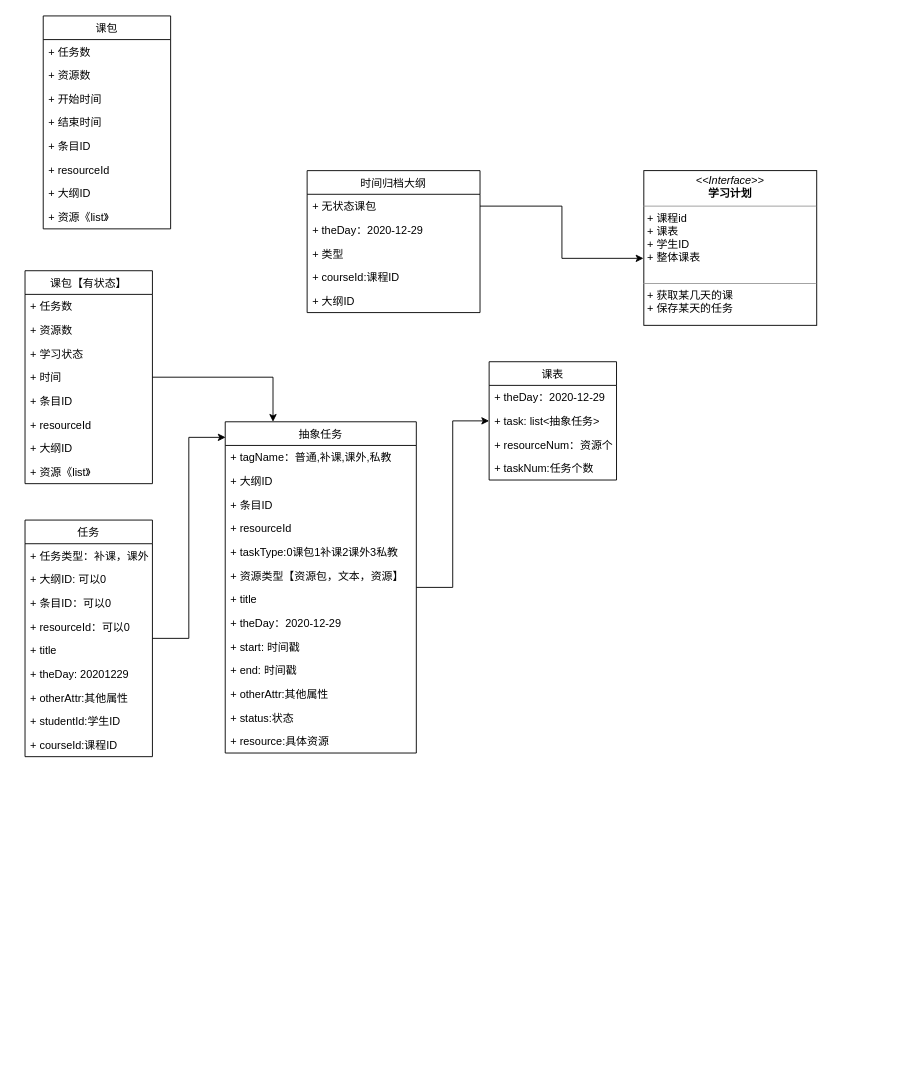
lxp521125/pic keeps this draw.io diagram as 学习计划 .drawio. Above is the earlier version. Source tidied: cells renumbered, new cells numbered last; positions are measured from the earlier drawing's top-left corner, leaving out a move shared by most shapes. Both pictures are drawn from the tidied source at 91%, with x=0, y=0 at pixel (25, 15).
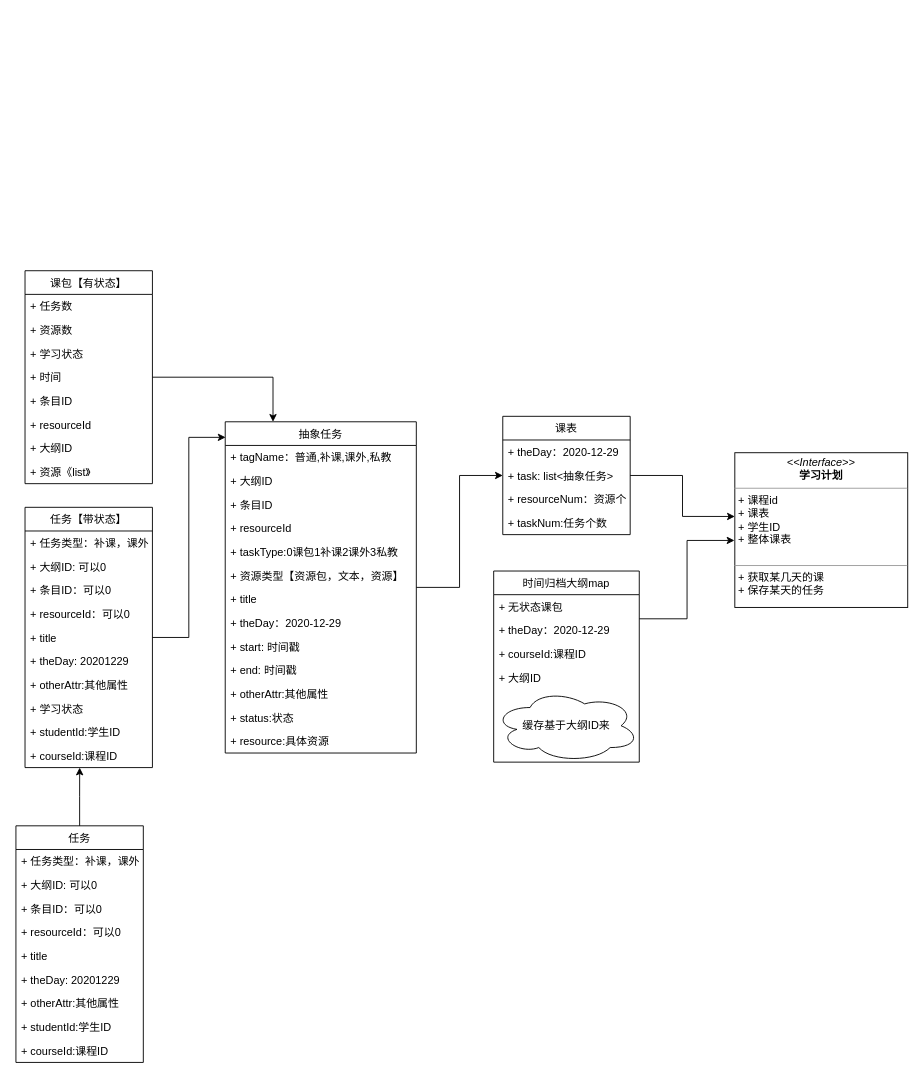
Above is the later version.

Unchanged cells that the change refers to:
```xml
<mxCell id="5" value="+ task: list&lt;抽象任务&gt;" style="text;strokeColor=none;fillColor=none;align=left;verticalAlign=top;spacingLeft=4;spacingRight=4;overflow=hidden;points=[[0,0.5],[1,0.5]];portConstraint=eastwest;" parent="3" vertex="1">
  <mxGeometry y="52" width="140" height="26" as="geometry" />
</mxCell>
<mxCell id="37" value="抽象任务" style="swimlane;fontStyle=0;horizontal=1;startSize=26;fillColor=none;" parent="1" vertex="1">
  <mxGeometry x="220" y="446" width="210" height="364" as="geometry" />
</mxCell>
```

What changed in the source:
```diff
@@
     <mxCell id="2" value="&lt;p style=&quot;margin: 0px ; margin-top: 4px ; text-align: center&quot;&gt;&lt;i&gt;&amp;lt;&amp;lt;Interface&amp;gt;&amp;gt;&lt;/i&gt;&lt;br&gt;&lt;b&gt;学习计划&lt;/b&gt;&lt;/p&gt;&lt;hr size=&quot;1&quot;&gt;&lt;p style=&quot;margin: 0px ; margin-left: 4px&quot;&gt;+&amp;nbsp;课程id&lt;/p&gt;&lt;p style=&quot;margin: 0px ; margin-left: 4px&quot;&gt;+&amp;nbsp;课表&lt;br&gt;+&amp;nbsp;学生ID&lt;/p&gt;&lt;p style=&quot;margin: 0px ; margin-left: 4px&quot;&gt;+&amp;nbsp;整体课表&lt;/p&gt;&lt;br&gt;&lt;hr size=&quot;1&quot;&gt;&lt;p style=&quot;margin: 0px ; margin-left: 4px&quot;&gt;+&amp;nbsp;获取某几天的课&lt;br&gt;+&amp;nbsp;保存某天的任务&lt;/p&gt;" style="verticalAlign=top;align=left;overflow=fill;fontSize=12;fontFamily=Helvetica;html=1;" parent="1" vertex="1">
-      <mxGeometry x="680" y="170" width="190" height="170" as="geometry" />
+      <mxGeometry x="780" y="480" width="190" height="170" as="geometry" />
     </mxCell>
     <mxCell id="3" value="课表" style="swimlane;fontStyle=0;horizontal=1;startSize=26;fillColor=none;" parent="1" vertex="1">
-      <mxGeometry x="510" y="380" width="140" height="130" as="geometry" />
+      <mxGeometry x="525" y="440" width="140" height="130" as="geometry" />
     </mxCell>
@@
-    <mxCell id="18" style="edgeStyle=orthogonalEdgeStyle;rounded=0;jettySize=auto;html=1;entryX=0.002;entryY=0.047;entryDx=0;entryDy=0;entryPerimeter=0;" parent="1" edge="1" source="19" target="37">
+    <mxCell id="18" style="edgeStyle=orthogonalEdgeStyle;rounded=0;jettySize=auto;html=1;entryX=0.002;entryY=0.047;entryDx=0;entryDy=0;entryPerimeter=0;" parent="1" edge="1" source="63" target="37">
       <mxGeometry relative="1" as="geometry" />
     </mxCell>
+    <mxCell id="60" style="edgeStyle=orthogonalEdgeStyle;rounded=0;jettySize=auto;html=1;entryX=0.429;entryY=1;entryDx=0;entryDy=0;entryPerimeter=0;" parent="1" edge="1" source="19" target="73">
+      <mxGeometry relative="1" as="geometry" />
+    </mxCell>
     <mxCell id="19" value="任务" style="swimlane;fontStyle=0;horizontal=1;startSize=26;fillColor=none;" parent="1" vertex="1">
-      <mxGeometry y="554" width="140" height="260" as="geometry" />
+      <mxGeometry x="-10" y="890" width="140" height="260" as="geometry" />
     </mxCell>
@@
-    <mxCell id="30" value="时间归档大纲" style="swimlane;fontStyle=0;horizontal=1;startSize=26;fillColor=none;" parent="1" vertex="1">
-      <mxGeometry x="310" y="170" width="190" height="156" as="geometry" />
+    <mxCell id="30" value="时间归档大纲map" style="swimlane;fontStyle=0;horizontal=1;startSize=26;fillColor=none;" parent="1" vertex="1">
+      <mxGeometry x="515" y="610" width="160" height="210" as="geometry" />
     </mxCell>
     <mxCell id="31" value="+ 无状态课包" style="text;strokeColor=none;fillColor=none;align=left;verticalAlign=top;spacingLeft=4;spacingRight=4;overflow=hidden;" parent="30" vertex="1">
-      <mxGeometry y="26" width="190" height="26" as="geometry" />
+      <mxGeometry y="26" width="160" height="26" as="geometry" />
     </mxCell>
     <mxCell id="32" value="+ theDay：2020-12-29" style="text;strokeColor=none;fillColor=none;align=left;verticalAlign=top;spacingLeft=4;spacingRight=4;overflow=hidden;" parent="30" vertex="1">
-      <mxGeometry y="52" width="190" height="26" as="geometry" />
+      <mxGeometry y="52" width="160" height="26" as="geometry" />
     </mxCell>
-    <mxCell id="33" value="+ 类型" style="text;strokeColor=none;fillColor=none;align=left;verticalAlign=top;spacingLeft=4;spacingRight=4;overflow=hidden;" parent="30" vertex="1">
-      <mxGeometry y="78" width="190" height="26" as="geometry" />
-    </mxCell>
     <mxCell id="34" value="+ courseId:课程ID" style="text;strokeColor=none;fillColor=none;align=left;verticalAlign=top;spacingLeft=4;spacingRight=4;overflow=hidden;" parent="30" vertex="1">
-      <mxGeometry y="104" width="190" height="26" as="geometry" />
+      <mxGeometry y="78" width="160" height="26" as="geometry" />
     </mxCell>
     <mxCell id="35" value="+ 大纲ID" style="text;strokeColor=none;fillColor=none;align=left;verticalAlign=top;spacingLeft=4;spacingRight=4;overflow=hidden;" parent="30" vertex="1">
-      <mxGeometry y="130" width="190" height="26" as="geometry" />
+      <mxGeometry y="104" width="160" height="26" as="geometry" />
     </mxCell>
+    <mxCell id="61" value="缓存基于大纲ID来" style="ellipse;shape=cloud;whiteSpace=wrap;html=1;" parent="30" vertex="1">
+      <mxGeometry y="130" width="160" height="80" as="geometry" />
+    </mxCell>
@@
-    <mxCell id="51" value="课包" style="swimlane;fontStyle=0;horizontal=1;startSize=26;fillColor=none;" parent="1" vertex="1">
-      <mxGeometry x="20" width="140" height="234" as="geometry" />
-    </mxCell>
-    <mxCell id="52" value="+ 任务数" style="text;strokeColor=none;fillColor=none;align=left;verticalAlign=top;spacingLeft=4;spacingRight=4;overflow=hidden;" parent="51" vertex="1">
-      <mxGeometry y="26" width="140" height="26" as="geometry" />
-    </mxCell>
-    <mxCell id="53" value="+ 资源数" style="text;strokeColor=none;fillColor=none;align=left;verticalAlign=top;spacingLeft=4;spacingRight=4;overflow=hidden;" parent="51" vertex="1">
-      <mxGeometry y="52" width="140" height="26" as="geometry" />
-    </mxCell>
-    <mxCell id="54" value="+ 开始时间" style="text;strokeColor=none;fillColor=none;align=left;verticalAlign=top;spacingLeft=4;spacingRight=4;overflow=hidden;" parent="51" vertex="1">
-      <mxGeometry y="78" width="140" height="26" as="geometry" />
-    </mxCell>
-    <mxCell id="55" value="+ 结束时间" style="text;strokeColor=none;fillColor=none;align=left;verticalAlign=top;spacingLeft=4;spacingRight=4;overflow=hidden;" parent="51" vertex="1">
-      <mxGeometry y="104" width="140" height="26" as="geometry" />
-    </mxCell>
-    <mxCell id="56" value="+ 条目ID" style="text;strokeColor=none;fillColor=none;align=left;verticalAlign=top;spacingLeft=4;spacingRight=4;overflow=hidden;" parent="51" vertex="1">
-      <mxGeometry y="130" width="140" height="26" as="geometry" />
-    </mxCell>
-    <mxCell id="57" value="+ resourceId" style="text;strokeColor=none;fillColor=none;align=left;verticalAlign=top;spacingLeft=4;spacingRight=4;overflow=hidden;" parent="51" vertex="1">
-      <mxGeometry y="156" width="140" height="26" as="geometry" />
-    </mxCell>
-    <mxCell id="58" value="+ 大纲ID" style="text;strokeColor=none;fillColor=none;align=left;verticalAlign=top;spacingLeft=4;spacingRight=4;overflow=hidden;" parent="51" vertex="1">
-      <mxGeometry y="182" width="140" height="26" as="geometry" />
-    </mxCell>
-    <mxCell id="59" value="+ 资源《list》" style="text;strokeColor=none;fillColor=none;align=left;verticalAlign=top;spacingLeft=4;spacingRight=4;overflow=hidden;" parent="51" vertex="1">
-      <mxGeometry y="208" width="140" height="26" as="geometry" />
-    </mxCell>
+    <mxCell id="62" style="edgeStyle=orthogonalEdgeStyle;rounded=0;jettySize=auto;html=1;entryX=0;entryY=0.412;entryDx=0;entryDy=0;entryPerimeter=0;" parent="1" edge="1" source="5" target="2">
+      <mxGeometry relative="1" as="geometry" />
+    </mxCell>
+    <mxCell id="63" value="任务【带状态】" style="swimlane;fontStyle=0;horizontal=1;startSize=26;fillColor=none;" parent="1" vertex="1">
+      <mxGeometry y="540" width="140" height="286" as="geometry" />
+    </mxCell>
+    <mxCell id="64" value="+ 任务类型：补课，课外" style="text;strokeColor=none;fillColor=none;align=left;verticalAlign=top;spacingLeft=4;spacingRight=4;overflow=hidden;" parent="63" vertex="1">
+      <mxGeometry y="26" width="140" height="26" as="geometry" />
+    </mxCell>
+    <mxCell id="65" value="+ 大纲ID: 可以0" style="text;strokeColor=none;fillColor=none;align=left;verticalAlign=top;spacingLeft=4;spacingRight=4;overflow=hidden;" parent="63" vertex="1">
+      <mxGeometry y="52" width="140" height="26" as="geometry" />
+    </mxCell>
+    <mxCell id="66" value="+ 条目ID：可以0" style="text;strokeColor=none;fillColor=none;align=left;verticalAlign=top;spacingLeft=4;spacingRight=4;overflow=hidden;" parent="63" vertex="1">
+      <mxGeometry y="78" width="140" height="26" as="geometry" />
+    </mxCell>
+    <mxCell id="67" value="+ resourceId：可以0" style="text;strokeColor=none;fillColor=none;align=left;verticalAlign=top;spacingLeft=4;spacingRight=4;overflow=hidden;" parent="63" vertex="1">
+      <mxGeometry y="104" width="140" height="26" as="geometry" />
+    </mxCell>
+    <mxCell id="68" value="+ title" style="text;strokeColor=none;fillColor=none;align=left;verticalAlign=top;spacingLeft=4;spacingRight=4;overflow=hidden;" parent="63" vertex="1">
+      <mxGeometry y="130" width="140" height="26" as="geometry" />
+    </mxCell>
+    <mxCell id="69" value="+ theDay: 20201229" style="text;strokeColor=none;fillColor=none;align=left;verticalAlign=top;spacingLeft=4;spacingRight=4;overflow=hidden;" parent="63" vertex="1">
+      <mxGeometry y="156" width="140" height="26" as="geometry" />
+    </mxCell>
+    <mxCell id="70" value="+ otherAttr:其他属性" style="text;strokeColor=none;fillColor=none;align=left;verticalAlign=top;spacingLeft=4;spacingRight=4;overflow=hidden;" parent="63" vertex="1">
+      <mxGeometry y="182" width="140" height="26" as="geometry" />
+    </mxCell>
+    <mxCell id="71" value="+ 学习状态" style="text;strokeColor=none;fillColor=none;align=left;verticalAlign=top;spacingLeft=4;spacingRight=4;overflow=hidden;" parent="63" vertex="1">
+      <mxGeometry y="208" width="140" height="26" as="geometry" />
+    </mxCell>
+    <mxCell id="72" value="+ studentId:学生ID" style="text;strokeColor=none;fillColor=none;align=left;verticalAlign=top;spacingLeft=4;spacingRight=4;overflow=hidden;" parent="63" vertex="1">
+      <mxGeometry y="234" width="140" height="26" as="geometry" />
+    </mxCell>
+    <mxCell id="73" value="+ courseId:课程ID" style="text;strokeColor=none;fillColor=none;align=left;verticalAlign=top;spacingLeft=4;spacingRight=4;overflow=hidden;points=[[0,0.5],[1,0.5]];portConstraint=eastwest;" parent="63" vertex="1">
+      <mxGeometry y="260" width="140" height="26" as="geometry" />
+    </mxCell>
```
